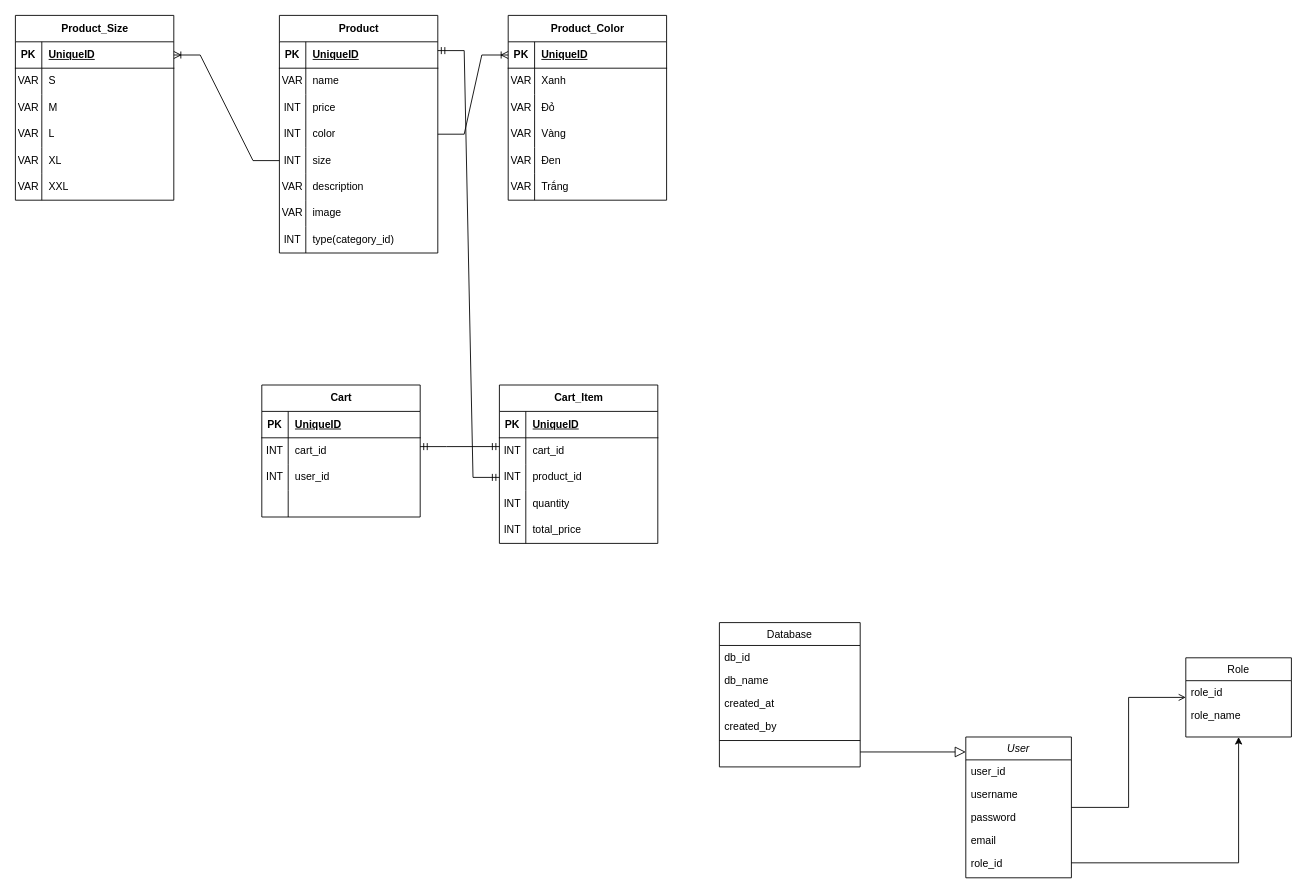
Above: Dự án 1 - Nhóm 1.drawio in ShiroNeee/du_an_1 (draw.io), before the change. Source tidied: cells renumbered, new cells numbered last; positions are measured from the earlier drawing's top-left corner, leaving out a move shared by most shapes. Both pictures are drawn from the tidied source at 88%, with x=0, y=0 at pixel (15, 15).
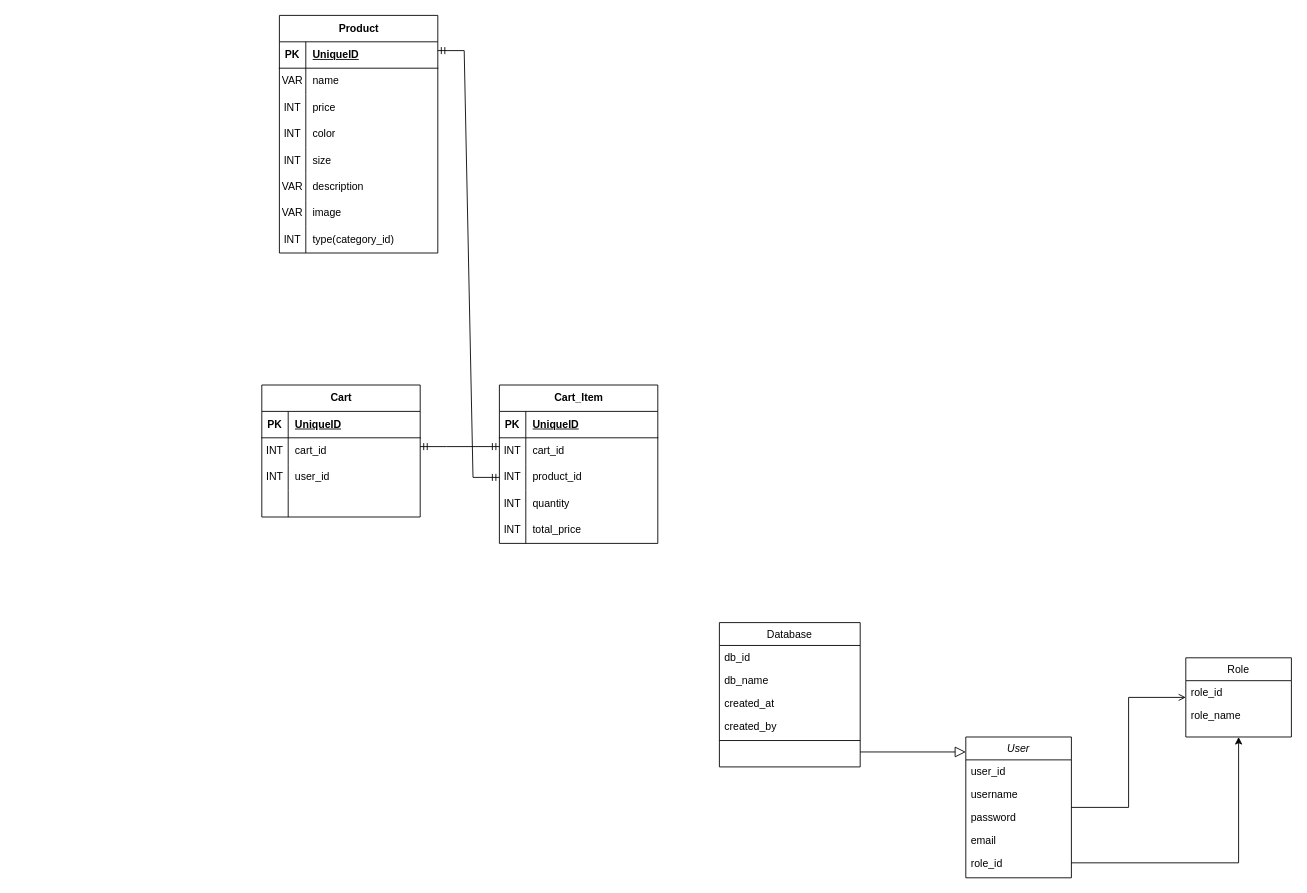
The same page after the edit.

Commit message:
Cập nhật ERD -  Dự án 1 - Nhóm 1.drawio

Unchanged cells that the change refers to:
```xml
<mxCell id="30" style="shape=tableRow;horizontal=0;startSize=0;swimlaneHead=0;swimlaneBody=0;fillColor=none;points=[[0,0.5],[1,0.5]];portConstraint=eastwest;top=0;left=0;right=0;bottom=0;" parent="20" vertex="1">
  <mxGeometry y="120" width="180" height="30" as="geometry" />
</mxCell>
<mxCell id="33" style="shape=tableRow;horizontal=0;startSize=0;swimlaneHead=0;swimlaneBody=0;fillColor=none;points=[[0,0.5],[1,0.5]];portConstraint=eastwest;top=0;left=0;right=0;bottom=0;" parent="20" vertex="1">
  <mxGeometry y="150" width="180" height="30" as="geometry" />
</mxCell>
```

Change to the diagram source:
```diff
@@
-    <mxCell id="45" value="Product_Color" style="shape=table;startSize=30;childLayout=tableLayout;rowLines=0;fontStyle=1;align=center;html=1;" parent="1" vertex="1">
-      <mxGeometry x="560" width="180" height="210" as="geometry" />
-    </mxCell>
-    <mxCell id="46" style="shape=tableRow;horizontal=0;startSize=0;swimlaneHead=0;swimlaneBody=0;fillColor=none;points=[[0,0.5],[1,0.5]];portConstraint=eastwest;top=0;left=0;right=0;bottom=1;" parent="45" vertex="1">
-      <mxGeometry y="30" width="180" height="30" as="geometry" />
-    </mxCell>
-    <mxCell id="47" value="PK" style="shape=partialRectangle;fillColor=none;top=0;left=0;bottom=0;right=0;fontStyle=1;overflow=hidden;whiteSpace=wrap;html=1;" parent="46" vertex="1">
-      <mxGeometry width="30" height="30" as="geometry" />
-    </mxCell>
-    <mxCell id="48" value="UniqueID" style="shape=partialRectangle;fillColor=none;top=0;left=0;bottom=0;right=0;align=left;spacingLeft=6;fontStyle=5;overflow=hidden;whiteSpace=wrap;html=1;" parent="46" vertex="1">
-      <mxGeometry x="30" width="150" height="30" as="geometry" />
-    </mxCell>
-    <mxCell id="49" style="shape=tableRow;horizontal=0;startSize=0;swimlaneHead=0;swimlaneBody=0;fillColor=none;top=0;left=0;right=0;bottom=0;" parent="45" vertex="1">
-      <mxGeometry y="60" width="180" height="30" as="geometry" />
-    </mxCell>
-    <mxCell id="50" value="VAR" style="shape=partialRectangle;fillColor=none;top=0;left=0;bottom=0;right=0;overflow=hidden;whiteSpace=wrap;html=1;" parent="49" vertex="1">
-      <mxGeometry width="30" height="30" as="geometry" />
-    </mxCell>
-    <mxCell id="51" value="Xanh" style="shape=partialRectangle;fillColor=none;top=0;left=0;bottom=0;right=0;align=left;spacingLeft=6;overflow=hidden;whiteSpace=wrap;html=1;" parent="49" vertex="1">
-      <mxGeometry x="30" width="150" height="30" as="geometry" />
-    </mxCell>
-    <mxCell id="52" style="shape=tableRow;horizontal=0;startSize=0;swimlaneHead=0;swimlaneBody=0;fillColor=none;top=0;left=0;right=0;bottom=0;" parent="45" vertex="1">
-      <mxGeometry y="90" width="180" height="30" as="geometry" />
-    </mxCell>
-    <mxCell id="53" value="VAR" style="shape=partialRectangle;fillColor=none;top=0;left=0;bottom=0;right=0;overflow=hidden;whiteSpace=wrap;html=1;" parent="52" vertex="1">
-      <mxGeometry width="30" height="30" as="geometry" />
-    </mxCell>
-    <mxCell id="54" value="Đỏ" style="shape=partialRectangle;fillColor=none;top=0;left=0;bottom=0;right=0;align=left;spacingLeft=6;overflow=hidden;whiteSpace=wrap;html=1;" parent="52" vertex="1">
-      <mxGeometry x="30" width="150" height="30" as="geometry" />
-    </mxCell>
-    <mxCell id="55" style="shape=tableRow;horizontal=0;startSize=0;swimlaneHead=0;swimlaneBody=0;fillColor=none;top=0;left=0;right=0;bottom=0;" parent="45" vertex="1">
-      <mxGeometry y="120" width="180" height="30" as="geometry" />
-    </mxCell>
-    <mxCell id="56" value="VAR" style="shape=partialRectangle;fillColor=none;top=0;left=0;bottom=0;right=0;overflow=hidden;whiteSpace=wrap;html=1;" parent="55" vertex="1">
-      <mxGeometry width="30" height="30" as="geometry" />
-    </mxCell>
-    <mxCell id="57" value="Vàng" style="shape=partialRectangle;fillColor=none;top=0;left=0;bottom=0;right=0;align=left;spacingLeft=6;overflow=hidden;whiteSpace=wrap;html=1;" parent="55" vertex="1">
-      <mxGeometry x="30" width="150" height="30" as="geometry" />
-    </mxCell>
-    <mxCell id="58" style="shape=tableRow;horizontal=0;startSize=0;swimlaneHead=0;swimlaneBody=0;fillColor=none;top=0;left=0;right=0;bottom=0;" parent="45" vertex="1">
-      <mxGeometry y="150" width="180" height="30" as="geometry" />
-    </mxCell>
-    <mxCell id="59" value="VAR" style="shape=partialRectangle;fillColor=none;top=0;left=0;bottom=0;right=0;overflow=hidden;whiteSpace=wrap;html=1;" parent="58" vertex="1">
-      <mxGeometry width="30" height="30" as="geometry" />
-    </mxCell>
-    <mxCell id="60" value="Đen&amp;nbsp;" style="shape=partialRectangle;fillColor=none;top=0;left=0;bottom=0;right=0;align=left;spacingLeft=6;overflow=hidden;whiteSpace=wrap;html=1;" parent="58" vertex="1">
-      <mxGeometry x="30" width="150" height="30" as="geometry" />
-    </mxCell>
-    <mxCell id="61" style="shape=tableRow;horizontal=0;startSize=0;swimlaneHead=0;swimlaneBody=0;fillColor=none;top=0;left=0;right=0;bottom=0;" parent="45" vertex="1">
-      <mxGeometry y="180" width="180" height="30" as="geometry" />
-    </mxCell>
-    <mxCell id="62" value="VAR" style="shape=partialRectangle;fillColor=none;top=0;left=0;bottom=0;right=0;overflow=hidden;whiteSpace=wrap;html=1;" parent="61" vertex="1">
-      <mxGeometry width="30" height="30" as="geometry" />
-    </mxCell>
-    <mxCell id="63" value="Trắng" style="shape=partialRectangle;fillColor=none;top=0;left=0;bottom=0;right=0;align=left;spacingLeft=6;overflow=hidden;whiteSpace=wrap;html=1;" parent="61" vertex="1">
-      <mxGeometry x="30" width="150" height="30" as="geometry" />
-    </mxCell>
-    <mxCell id="64" value="Product_Size" style="shape=table;startSize=30;childLayout=tableLayout;rowLines=0;fontStyle=1;align=center;html=1;" parent="1" vertex="1">
-      <mxGeometry width="180" height="210" as="geometry" />
-    </mxCell>
-    <mxCell id="65" style="shape=tableRow;horizontal=0;startSize=0;swimlaneHead=0;swimlaneBody=0;fillColor=none;points=[[0,0.5],[1,0.5]];portConstraint=eastwest;top=0;left=0;right=0;bottom=1;" parent="64" vertex="1">
-      <mxGeometry y="30" width="180" height="30" as="geometry" />
-    </mxCell>
-    <mxCell id="66" value="PK" style="shape=partialRectangle;fillColor=none;top=0;left=0;bottom=0;right=0;fontStyle=1;overflow=hidden;whiteSpace=wrap;html=1;" parent="65" vertex="1">
-      <mxGeometry width="30" height="30" as="geometry" />
-    </mxCell>
-    <mxCell id="67" value="UniqueID" style="shape=partialRectangle;fillColor=none;top=0;left=0;bottom=0;right=0;align=left;spacingLeft=6;fontStyle=5;overflow=hidden;whiteSpace=wrap;html=1;" parent="65" vertex="1">
-      <mxGeometry x="30" width="150" height="30" as="geometry" />
-    </mxCell>
-    <mxCell id="68" style="shape=tableRow;horizontal=0;startSize=0;swimlaneHead=0;swimlaneBody=0;fillColor=none;top=0;left=0;right=0;bottom=0;" parent="64" vertex="1">
-      <mxGeometry y="60" width="180" height="30" as="geometry" />
-    </mxCell>
-    <mxCell id="69" value="VAR" style="shape=partialRectangle;fillColor=none;top=0;left=0;bottom=0;right=0;overflow=hidden;whiteSpace=wrap;html=1;" parent="68" vertex="1">
-      <mxGeometry width="30" height="30" as="geometry" />
-    </mxCell>
-    <mxCell id="70" value="S" style="shape=partialRectangle;fillColor=none;top=0;left=0;bottom=0;right=0;align=left;spacingLeft=6;overflow=hidden;whiteSpace=wrap;html=1;" parent="68" vertex="1">
-      <mxGeometry x="30" width="150" height="30" as="geometry" />
-    </mxCell>
-    <mxCell id="71" style="shape=tableRow;horizontal=0;startSize=0;swimlaneHead=0;swimlaneBody=0;fillColor=none;top=0;left=0;right=0;bottom=0;" parent="64" vertex="1">
-      <mxGeometry y="90" width="180" height="30" as="geometry" />
-    </mxCell>
-    <mxCell id="72" value="VAR" style="shape=partialRectangle;fillColor=none;top=0;left=0;bottom=0;right=0;overflow=hidden;whiteSpace=wrap;html=1;" parent="71" vertex="1">
-      <mxGeometry width="30" height="30" as="geometry" />
-    </mxCell>
-    <mxCell id="73" value="M" style="shape=partialRectangle;fillColor=none;top=0;left=0;bottom=0;right=0;align=left;spacingLeft=6;overflow=hidden;whiteSpace=wrap;html=1;" parent="71" vertex="1">
-      <mxGeometry x="30" width="150" height="30" as="geometry" />
-    </mxCell>
-    <mxCell id="74" style="shape=tableRow;horizontal=0;startSize=0;swimlaneHead=0;swimlaneBody=0;fillColor=none;top=0;left=0;right=0;bottom=0;" parent="64" vertex="1">
-      <mxGeometry y="120" width="180" height="30" as="geometry" />
-    </mxCell>
-    <mxCell id="75" value="VAR" style="shape=partialRectangle;fillColor=none;top=0;left=0;bottom=0;right=0;overflow=hidden;whiteSpace=wrap;html=1;" parent="74" vertex="1">
-      <mxGeometry width="30" height="30" as="geometry" />
-    </mxCell>
-    <mxCell id="76" value="L" style="shape=partialRectangle;fillColor=none;top=0;left=0;bottom=0;right=0;align=left;spacingLeft=6;overflow=hidden;whiteSpace=wrap;html=1;" parent="74" vertex="1">
-      <mxGeometry x="30" width="150" height="30" as="geometry" />
-    </mxCell>
-    <mxCell id="77" style="shape=tableRow;horizontal=0;startSize=0;swimlaneHead=0;swimlaneBody=0;fillColor=none;top=0;left=0;right=0;bottom=0;" parent="64" vertex="1">
-      <mxGeometry y="150" width="180" height="30" as="geometry" />
-    </mxCell>
-    <mxCell id="78" value="VAR" style="shape=partialRectangle;fillColor=none;top=0;left=0;bottom=0;right=0;overflow=hidden;whiteSpace=wrap;html=1;" parent="77" vertex="1">
-      <mxGeometry width="30" height="30" as="geometry" />
-    </mxCell>
-    <mxCell id="79" value="XL" style="shape=partialRectangle;fillColor=none;top=0;left=0;bottom=0;right=0;align=left;spacingLeft=6;overflow=hidden;whiteSpace=wrap;html=1;" parent="77" vertex="1">
-      <mxGeometry x="30" width="150" height="30" as="geometry" />
-    </mxCell>
-    <mxCell id="80" style="shape=tableRow;horizontal=0;startSize=0;swimlaneHead=0;swimlaneBody=0;fillColor=none;top=0;left=0;right=0;bottom=0;" parent="64" vertex="1">
-      <mxGeometry y="180" width="180" height="30" as="geometry" />
-    </mxCell>
-    <mxCell id="81" value="VAR" style="shape=partialRectangle;fillColor=none;top=0;left=0;bottom=0;right=0;overflow=hidden;whiteSpace=wrap;html=1;" parent="80" vertex="1">
-      <mxGeometry width="30" height="30" as="geometry" />
-    </mxCell>
-    <mxCell id="82" value="XXL" style="shape=partialRectangle;fillColor=none;top=0;left=0;bottom=0;right=0;align=left;spacingLeft=6;overflow=hidden;whiteSpace=wrap;html=1;" parent="80" vertex="1">
-      <mxGeometry x="30" width="150" height="30" as="geometry" />
-    </mxCell>
-    <mxCell id="83" style="edgeStyle=entityRelationEdgeStyle;fontSize=12;html=1;endArrow=ERoneToMany;rounded=0;exitX=1;exitY=0.5;exitDx=0;exitDy=0;entryX=0;entryY=0.5;entryDx=0;entryDy=0;" parent="1" edge="1" source="30" target="46">
-      <mxGeometry relative="1" as="geometry" />
-    </mxCell>
-    <mxCell id="84" style="edgeStyle=entityRelationEdgeStyle;fontSize=12;html=1;endArrow=ERoneToMany;rounded=0;entryX=1;entryY=0.5;entryDx=0;entryDy=0;exitX=0;exitY=0.5;exitDx=0;exitDy=0;" parent="1" edge="1" source="33" target="65">
-      <mxGeometry relative="1" as="geometry" />
-    </mxCell>
```
